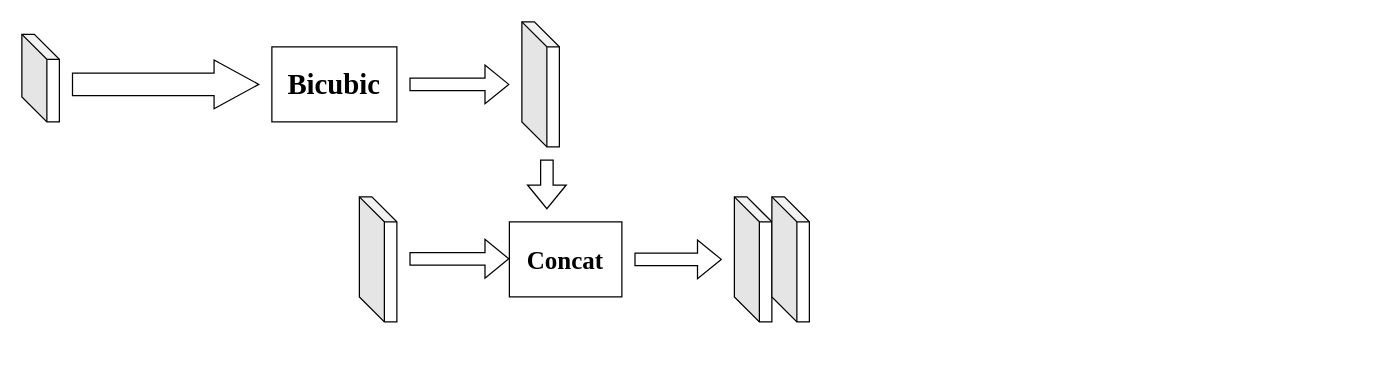
This is 亚像素卷积.drawio from gao131/nlp-beginner, a draw.io file, before an edit. Source tidied: cells renumbered, new cells numbered last; positions are measured from the earlier drawing's top-left corner, leaving out a move shared by most shapes. Both pictures are drawn from the tidied source at 125%, with x=0, y=0 at pixel (21, 21).
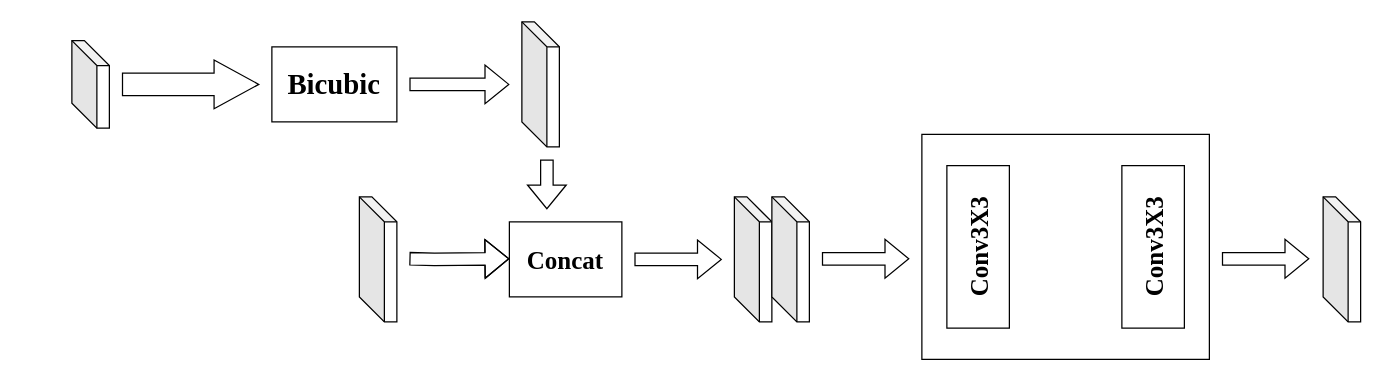
The same diagram, later.

Commit message (it also covers changes not shown here):
更新亚像素卷积.drawio

What changed in the source:
```diff
@@
     <mxCell id="2" style="shape=cube;whiteSpace=wrap;html=1;boundedLbl=1;backgroundOutline=1;darkOpacity=0.05;darkOpacity2=0.1;" parent="1" vertex="1">
-      <mxGeometry y="10" width="30" height="70" as="geometry" />
+      <mxGeometry x="40" y="15" width="30" height="70" as="geometry" />
     </mxCell>
     <mxCell id="3" style="shape=flexArrow;endArrow=classic;html=1;rounded=0;width=18;endSize=11.58;" parent="1" edge="1">
       <mxGeometry relative="1" as="geometry">
-        <mxPoint x="40" y="50" as="sourcePoint" />
+        <mxPoint x="80" y="50" as="sourcePoint" />
         <mxPoint x="190" y="50" as="targetPoint" />
       </mxGeometry>
     </mxCell>
@@
     <mxCell id="7" style="shape=flexArrow;endArrow=classic;html=1;rounded=0;" parent="1" edge="1">
       <mxGeometry relative="1" as="geometry">
         <mxPoint x="310" y="189.5" as="sourcePoint" />
         <mxPoint x="390" y="189.5" as="targetPoint" />
+        <Array as="points">
+          <mxPoint x="330" y="190" />
+        </Array>
       </mxGeometry>
     </mxCell>
@@
+    <mxCell id="16" style="shape=flexArrow;endArrow=classic;html=1;rounded=0;" parent="1" edge="1">
+      <mxGeometry relative="1" as="geometry">
+        <mxPoint x="640" y="189.5" as="sourcePoint" />
+        <mxPoint x="710" y="189.5" as="targetPoint" />
+      </mxGeometry>
+    </mxCell>
+    <mxCell id="17" style="rounded=0;whiteSpace=wrap;html=1;" parent="1" vertex="1">
+      <mxGeometry x="720" y="90" width="230" height="180" as="geometry" />
+    </mxCell>
+    <mxCell id="18" style="shape=flexArrow;endArrow=classic;html=1;rounded=0;" parent="1" edge="1">
+      <mxGeometry relative="1" as="geometry">
+        <mxPoint x="960" y="189.5" as="sourcePoint" />
+        <mxPoint x="1030" y="189.5" as="targetPoint" />
+      </mxGeometry>
+    </mxCell>
+    <mxCell id="19" style="shape=cube;whiteSpace=wrap;html=1;boundedLbl=1;backgroundOutline=1;darkOpacity=0.05;darkOpacity2=0.1;" parent="1" vertex="1">
+      <mxGeometry x="1041" y="140" width="30" height="100" as="geometry" />
+    </mxCell>
+    <mxCell id="20" style="rounded=0;whiteSpace=wrap;html=1;" parent="1" vertex="1">
+      <mxGeometry x="740" y="115" width="50" height="130" as="geometry" />
+    </mxCell>
+    <mxCell id="21" value="&lt;font style=&quot;font-size: 20px;&quot; face=&quot;Times New Roman&quot;&gt;&lt;b&gt;Conv3X3&lt;/b&gt;&lt;/font&gt;" style="text;html=1;align=center;verticalAlign=middle;whiteSpace=wrap;rounded=0;rotation=-90;" parent="1" vertex="1">
+      <mxGeometry x="735" y="165" width="60" height="30" as="geometry" />
+    </mxCell>
+    <mxCell id="22" style="rounded=0;whiteSpace=wrap;html=1;" parent="1" vertex="1">
+      <mxGeometry x="880" y="115" width="50" height="130" as="geometry" />
+    </mxCell>
+    <mxCell id="23" value="&lt;font style=&quot;font-size: 20px;&quot; face=&quot;Times New Roman&quot;&gt;&lt;b&gt;Conv3X3&lt;/b&gt;&lt;/font&gt;" style="text;html=1;align=center;verticalAlign=middle;whiteSpace=wrap;rounded=0;rotation=-90;" parent="1" vertex="1">
+      <mxGeometry x="875" y="165" width="60" height="30" as="geometry" />
+    </mxCell>
```
